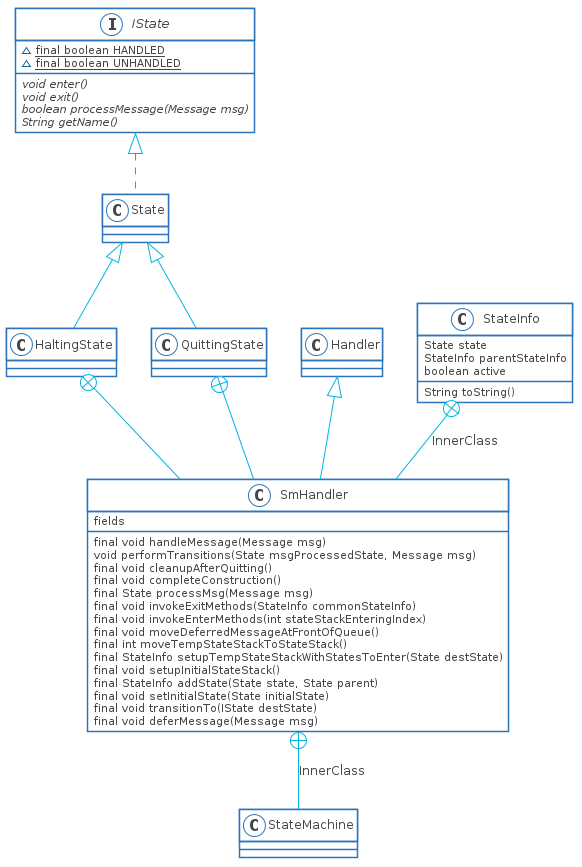
The PlantUML diagram source/_posts/android/statemachine/statemachine-class.png in PJH0x0/hexo-backup, before a commit. The source it was exported from:
```plantuml
@startuml

skinparam shadowing false
skinparam DefaultFontName Proxima Nova
skinparam ArrowColor #00b2e2
skinparam DefaultFontColor #454645

skinparam ActivityBorderColor #2D74BA
skinparam ActivityDiamondBorderColor #2D74BA
skinparam ActorBorderColor #2D74BA
skinparam AgentBorderColor #2D74BA
skinparam ArtifactBorderColor #2D74BA
skinparam BoundaryBorderColor #2D74BA
skinparam CardBorderColor #2D74BA
skinparam ClassBorderColor #2D74BA
skinparam CloudBorderColor #2D74BA
skinparam CollectionsBorderColor #2D74BA
skinparam ComponentBorderColor #2D74BA
skinparam ControlBorderColor #2D74BA
skinparam DatabaseBorderColor #2D74BA
skinparam EntityBorderColor #2D74BA
skinparam FileBorderColor #2D74BA
skinparam FolderBorderColor #2D74BA
skinparam FrameBorderColor #2D74BA
skinparam InterfaceBorderColor #2D74BA
skinparam LegendBorderColor #2D74BA
skinparam NodeBorderColor #2D74BA
skinparam NoteBorderColor #2D74BA
skinparam ObjectBorderColor #2D74BA
skinparam PackageBorderColor #2D74BA
skinparam PageBorderColor #2D74BA
skinparam ParticipantBorderColor #2D74BA
skinparam PartitionBorderColor #2D74BA
skinparam QueueBorderColor #2D74BA
skinparam RectangleBorderColor #2D74BA
skinparam SequenceBoxBorderColor #2D74BA
skinparam SequenceDividerBorderColor #2D74BA
skinparam SequenceGroupBorderColor #2D74BA
skinparam SequenceLifeLineBorderColor #2D74BA
skinparam SequenceReferenceBorderColor #2D74BA
skinparam StackBorderColor #2D74BA
skinparam StateBorderColor #2D74BA
skinparam StereotypeABorderColor #2D74BA
skinparam StereotypeCBorderColor #2D74BA
skinparam StereotypeEBorderColor #2D74BA
skinparam StereotypeIBorderColor #2D74BA
skinparam StereotypeNBorderColor #2D74BA
skinparam StorageBorderColor #2D74BA
skinparam SwimlaneBorderColor #2D74BA
skinparam UsecaseBorderColor #2D74BA

skinparam ActivityBackgroundColor #FFFFFF
skinparam ActivityDiamondBackgroundColor #FFFFFF
skinparam ActorBackgroundColor #FFFFFF
skinparam AgentBackgroundColor #FFFFFF
skinparam ArtifactBackgroundColor #FFFFFF
skinparam BackgroundColor #FFFFFF
skinparam BoundaryBackgroundColor #FFFFFF
skinparam CardBackgroundColor #FFFFFF
skinparam ClassBackgroundColor #FFFFFF
skinparam ClassHeaderBackgroundColor #FFFFFF
skinparam CloudBackgroundColor #FFFFFF
skinparam CollectionsBackgroundColor #FFFFFF
skinparam ComponentBackgroundColor #FFFFFF
skinparam ControlBackgroundColor #FFFFFF
skinparam DatabaseBackgroundColor #FFFFFF
skinparam EntityBackgroundColor #FFFFFF
skinparam FileBackgroundColor #FFFFFF
skinparam FolderBackgroundColor #FFFFFF
skinparam FrameBackgroundColor #FFFFFF
skinparam IconPackageBackgroundColor #FFFFFF
skinparam IconPrivateBackgroundColor #FFFFFF
skinparam IconProtectedBackgroundColor #FFFFFF
skinparam IconPublicBackgroundColor #FFFFFF
skinparam InterfaceBackgroundColor #FFFFFF
skinparam LegendBackgroundColor #FFFFFF
skinparam NodeBackgroundColor #FFFFFF
skinparam NoteBackgroundColor #FFFFFF
skinparam ObjectBackgroundColor #FFFFFF
skinparam PackageBackgroundColor #FFFFFF
skinparam ParticipantBackgroundColor #FFFFFF
skinparam PartitionBackgroundColor #FFFFFF
skinparam QueueBackgroundColor #FFFFFF
skinparam RectangleBackgroundColor #FFFFFF
skinparam SequenceBoxBackgroundColor #FFFFFF
skinparam SequenceDividerBackgroundColor #FFFFFF
skinparam SequenceGroupBackgroundColor #FFFFFF
skinparam SequenceGroupBodyBackgroundColor #FFFFFF
skinparam SequenceLifeLineBackgroundColor #FFFFFF
skinparam SequenceReferenceBackgroundColor #FFFFFF
skinparam SequenceReferenceHeaderBackgroundColor #FFFFFF
skinparam StackBackgroundColor #FFFFFF
skinparam StateBackgroundColor #FFFFFF
skinparam StereotypeABackgroundColor #FFFFFF
skinparam StereotypeCBackgroundColor #FFFFFF
skinparam StereotypeEBackgroundColor #FFFFFF
skinparam StereotypeIBackgroundColor #FFFFFF
skinparam StereotypeNBackgroundColor #FFFFFF
skinparam StorageBackgroundColor #FFFFFF
skinparam TitleBackgroundColor #FFFFFF
skinparam UsecaseBackgroundColor #FFFFFF

skinparam ActivityStartColor #454645
skinparam ActivityEndColor #454645
skinparam StateStartColor #454645
skinparam StateEndColor #454645
interface IState {
    ~ {static} final boolean HANDLED
    ~ {static} final boolean UNHANDLED
    {abstract} void enter()
    {abstract} void exit()
    {abstract} boolean processMessage(Message msg)
    {abstract} String getName()
}
IState <|.. State
Handler <|-- SmHandler
class SmHandler {
    {field} fields
    final void handleMessage(Message msg)
    void performTransitions(State msgProcessedState, Message msg)
    final void cleanupAfterQuitting()
    final void completeConstruction()
    final State processMsg(Message msg)
    final void invokeExitMethods(StateInfo commonStateInfo)
    final void invokeEnterMethods(int stateStackEnteringIndex)
    final void moveDeferredMessageAtFrontOfQueue()
    final int moveTempStateStackToStateStack()
    final StateInfo setupTempStateStackWithStatesToEnter(State destState)
    final void setupInitialStateStack()
    final StateInfo addState(State state, State parent)
    final void setInitialState(State initialState)
    final void transitionTo(IState destState)
    final void deferMessage(Message msg)
}
SmHandler +-- StateMachine : InnerClass
class StateInfo {
    State state
    StateInfo parentStateInfo
    boolean active
    String toString()
}
StateInfo +-- SmHandler : InnerClass
State <|-- HaltingState
HaltingState +-- SmHandler
State <|-- QuittingState
QuittingState +-- SmHandler


@enduml
```
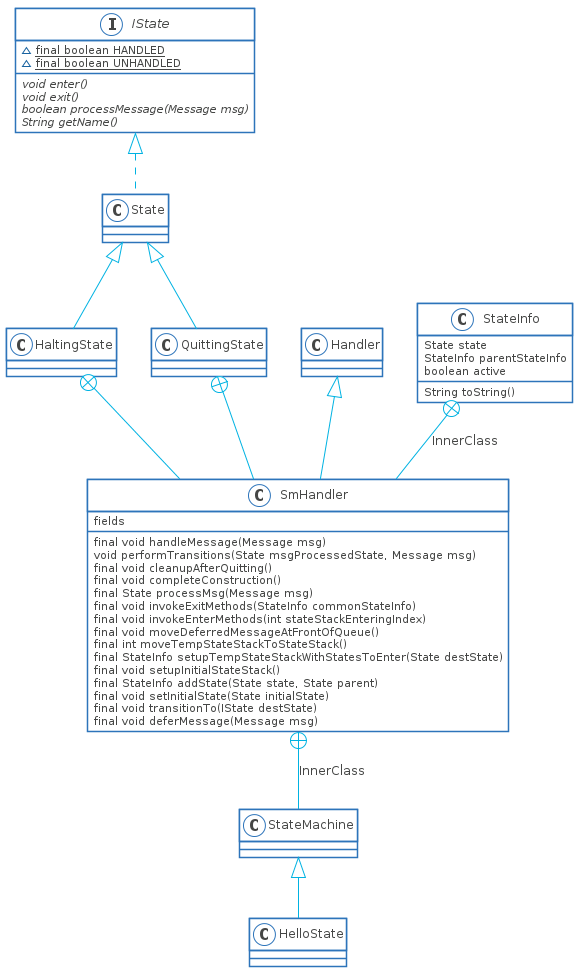
After the commit.

What changed in the source:
```diff
@@ -133,6 +133,7 @@
     final void deferMessage(Message msg)
 }
 SmHandler +-- StateMachine : InnerClass
+StateMachine <|-- HelloState
 class StateInfo {
     State state
     StateInfo parentStateInfo
```
